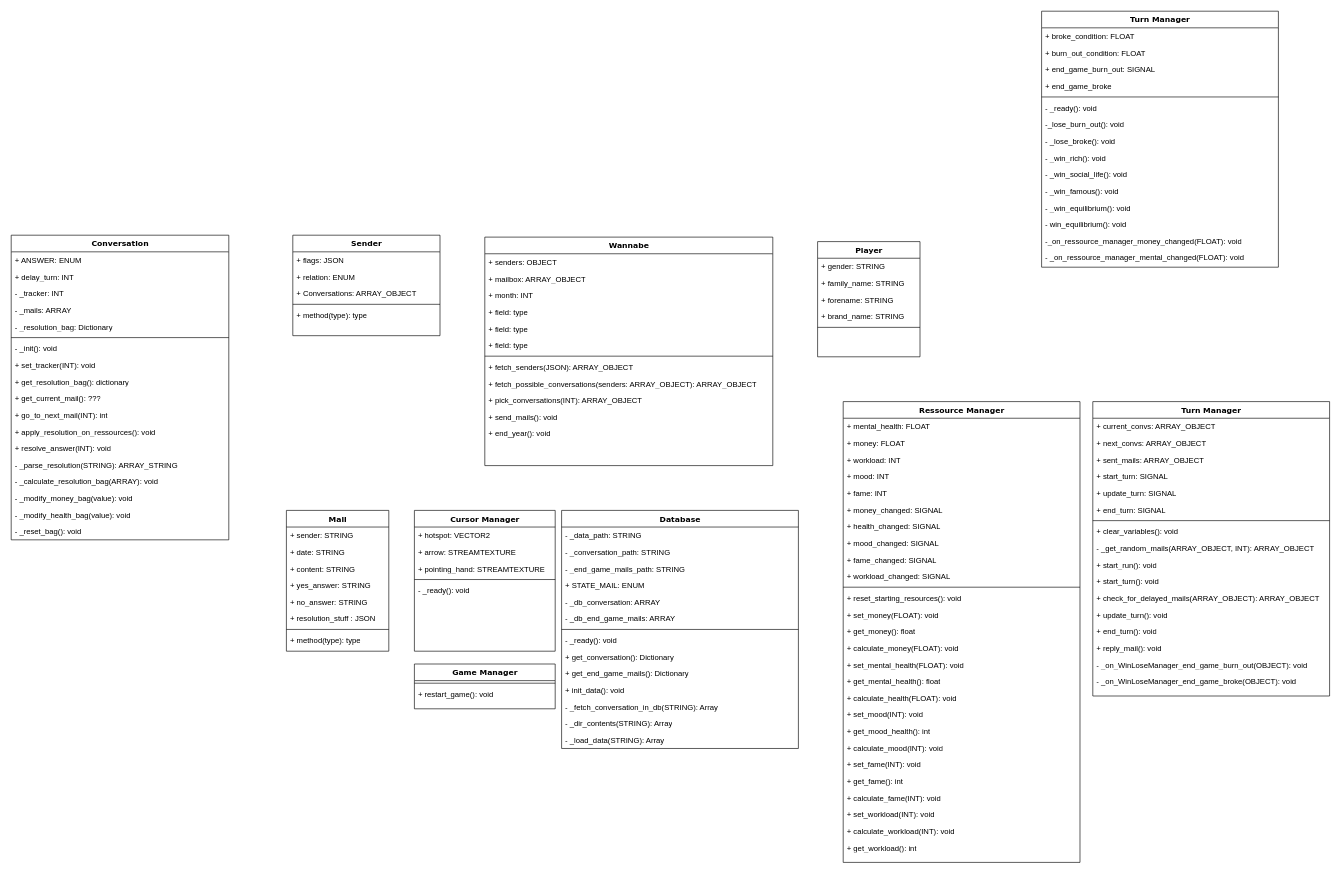
Earlier version of the draw.io diagram YesMan/Diagramme sans nom.drawio (Daydreel/YesHuman). Source tidied: cells renumbered, new cells numbered last; positions are measured from the earlier drawing's top-left corner, leaving out a move shared by most shapes. Both pictures are drawn from the tidied source at 64%, with x=0, y=0 at pixel (11, 11).
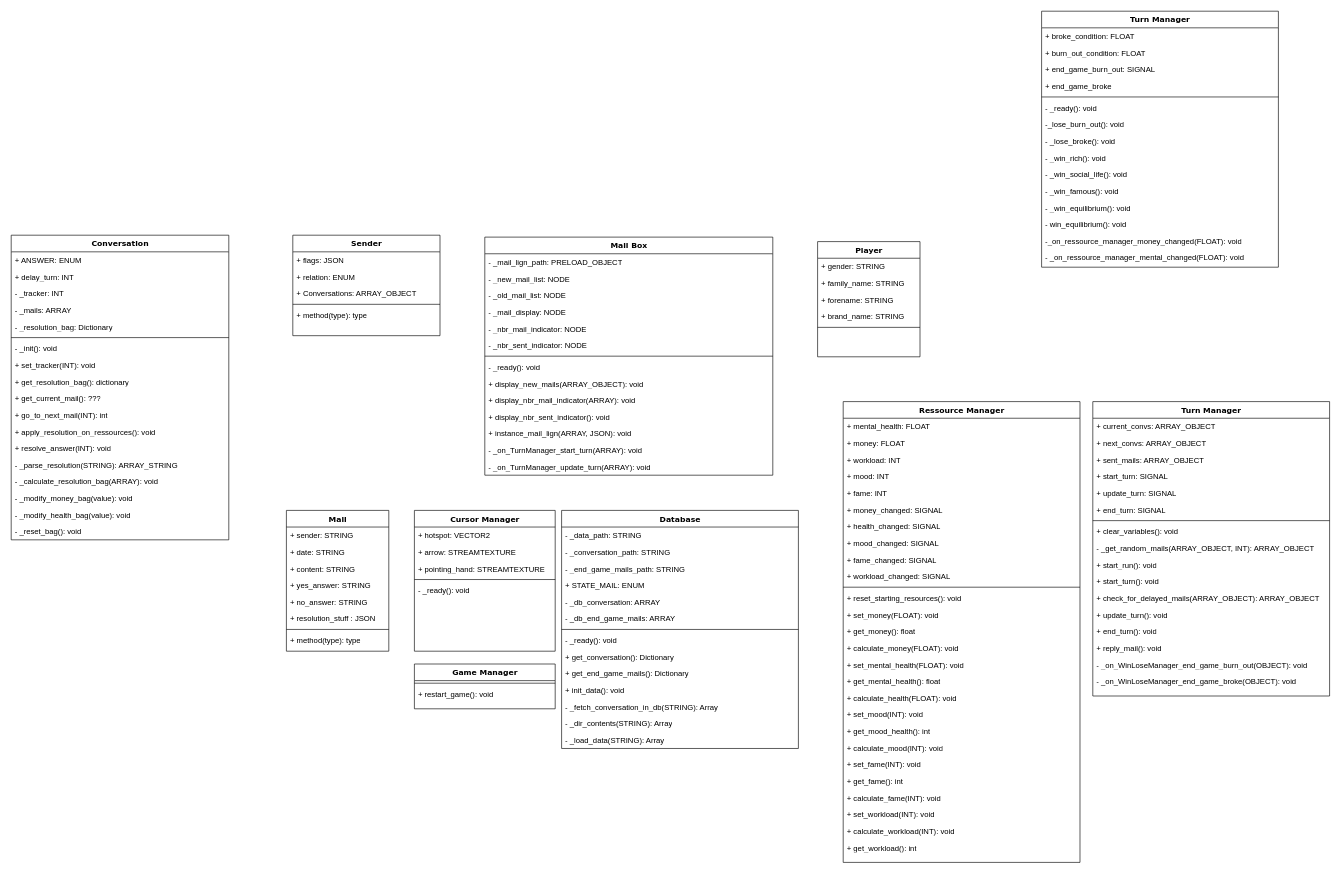
The same diagram, later.

Commit message:
Mail Box

Change to the diagram source:
```diff
@@
-    <mxCell id="8" value="Wannabe" style="swimlane;html=1;fontStyle=1;align=center;verticalAlign=top;horizontal=1;startSize=26;swimlaneFillColor=#ffffff;rounded=0;shadow=0;comic=0;labelBackgroundColor=none;strokeWidth=1;fillColor=none;fontFamily=Verdana;fontSize=12;" parent="1" vertex="1">
-      <mxGeometry x="740" y="353" width="450" height="357" as="geometry" />
+    <mxCell id="8" value="Mail Box" style="swimlane;html=1;fontStyle=1;align=center;verticalAlign=top;horizontal=1;startSize=26;swimlaneFillColor=#ffffff;rounded=0;shadow=0;comic=0;labelBackgroundColor=none;strokeWidth=1;fillColor=none;fontFamily=Verdana;fontSize=12;" parent="1" vertex="1">
+      <mxGeometry x="740" y="353" width="450" height="372" as="geometry" />
     </mxCell>
-    <mxCell id="9" value="+ senders: OBJECT" style="text;html=1;strokeColor=none;fillColor=none;align=left;verticalAlign=top;spacingLeft=4;spacingRight=4;whiteSpace=wrap;overflow=hidden;" parent="8" vertex="1">
+    <mxCell id="9" value="- _mail_lign_path: PRELOAD_OBJECT" style="text;html=1;strokeColor=none;fillColor=none;align=left;verticalAlign=top;spacingLeft=4;spacingRight=4;whiteSpace=wrap;overflow=hidden;" parent="8" vertex="1">
       <mxGeometry y="26" width="450" height="26" as="geometry" />
     </mxCell>
-    <mxCell id="10" value="+ mailbox: ARRAY_OBJECT" style="text;html=1;strokeColor=none;fillColor=none;align=left;verticalAlign=top;spacingLeft=4;spacingRight=4;whiteSpace=wrap;overflow=hidden;" parent="8" vertex="1">
+    <mxCell id="10" value="- _new_mail_list: NODE" style="text;html=1;strokeColor=none;fillColor=none;align=left;verticalAlign=top;spacingLeft=4;spacingRight=4;whiteSpace=wrap;overflow=hidden;" parent="8" vertex="1">
       <mxGeometry y="52" width="450" height="26" as="geometry" />
     </mxCell>
-    <mxCell id="11" value="+ month: INT" style="text;html=1;strokeColor=none;fillColor=none;align=left;verticalAlign=top;spacingLeft=4;spacingRight=4;whiteSpace=wrap;overflow=hidden;" parent="8" vertex="1">
+    <mxCell id="11" value="- _old_mail_list: NODE" style="text;html=1;strokeColor=none;fillColor=none;align=left;verticalAlign=top;spacingLeft=4;spacingRight=4;whiteSpace=wrap;overflow=hidden;" parent="8" vertex="1">
       <mxGeometry y="78" width="450" height="26" as="geometry" />
     </mxCell>
-    <mxCell id="12" value="+ field: type" style="text;html=1;strokeColor=none;fillColor=none;align=left;verticalAlign=top;spacingLeft=4;spacingRight=4;whiteSpace=wrap;overflow=hidden;" parent="8" vertex="1">
+    <mxCell id="12" value="- _mail_display: NODE" style="text;html=1;strokeColor=none;fillColor=none;align=left;verticalAlign=top;spacingLeft=4;spacingRight=4;whiteSpace=wrap;overflow=hidden;" parent="8" vertex="1">
       <mxGeometry y="104" width="450" height="26" as="geometry" />
     </mxCell>
-    <mxCell id="13" value="+ field: type" style="text;html=1;strokeColor=none;fillColor=none;align=left;verticalAlign=top;spacingLeft=4;spacingRight=4;whiteSpace=wrap;overflow=hidden;" parent="8" vertex="1">
+    <mxCell id="13" value="- _nbr_mail_indicator: NODE" style="text;html=1;strokeColor=none;fillColor=none;align=left;verticalAlign=top;spacingLeft=4;spacingRight=4;whiteSpace=wrap;overflow=hidden;" parent="8" vertex="1">
       <mxGeometry y="130" width="450" height="26" as="geometry" />
     </mxCell>
-    <mxCell id="14" value="+ field: type" style="text;html=1;strokeColor=none;fillColor=none;align=left;verticalAlign=top;spacingLeft=4;spacingRight=4;whiteSpace=wrap;overflow=hidden;" parent="8" vertex="1">
+    <mxCell id="14" value="- _nbr_sent_indicator: NODE" style="text;html=1;strokeColor=none;fillColor=none;align=left;verticalAlign=top;spacingLeft=4;spacingRight=4;whiteSpace=wrap;overflow=hidden;" parent="8" vertex="1">
       <mxGeometry y="156" width="450" height="26" as="geometry" />
     </mxCell>
@@
-    <mxCell id="16" value="+ fetch_senders(JSON): ARRAY_OBJECT" style="text;html=1;strokeColor=none;fillColor=none;align=left;verticalAlign=top;spacingLeft=4;spacingRight=4;whiteSpace=wrap;overflow=hidden;" parent="8" vertex="1">
+    <mxCell id="16" value="- _ready(): void" style="text;html=1;strokeColor=none;fillColor=none;align=left;verticalAlign=top;spacingLeft=4;spacingRight=4;whiteSpace=wrap;overflow=hidden;" parent="8" vertex="1">
       <mxGeometry y="190" width="450" height="26" as="geometry" />
     </mxCell>
-    <mxCell id="17" value="+ fetch_possible_conversations(senders: ARRAY_OBJECT): ARRAY_OBJECT" style="text;html=1;strokeColor=none;fillColor=none;align=left;verticalAlign=top;spacingLeft=4;spacingRight=4;whiteSpace=wrap;overflow=hidden;" parent="8" vertex="1">
+    <mxCell id="17" value="+ display_new_mails(ARRAY_OBJECT): void" style="text;html=1;strokeColor=none;fillColor=none;align=left;verticalAlign=top;spacingLeft=4;spacingRight=4;whiteSpace=wrap;overflow=hidden;" parent="8" vertex="1">
       <mxGeometry y="216" width="450" height="26" as="geometry" />
     </mxCell>
-    <mxCell id="18" value="+ pick_conversations(INT): ARRAY_OBJECT" style="text;html=1;strokeColor=none;fillColor=none;align=left;verticalAlign=top;spacingLeft=4;spacingRight=4;whiteSpace=wrap;overflow=hidden;" parent="8" vertex="1">
+    <mxCell id="18" value="+ display_nbr_mail_indicator(ARRAY): void" style="text;html=1;strokeColor=none;fillColor=none;align=left;verticalAlign=top;spacingLeft=4;spacingRight=4;whiteSpace=wrap;overflow=hidden;" parent="8" vertex="1">
       <mxGeometry y="242" width="450" height="26" as="geometry" />
     </mxCell>
-    <mxCell id="19" value="+ send_mails(): void" style="text;html=1;strokeColor=none;fillColor=none;align=left;verticalAlign=top;spacingLeft=4;spacingRight=4;whiteSpace=wrap;overflow=hidden;" parent="8" vertex="1">
+    <mxCell id="19" value="+ display_nbr_sent_indicator(): void" style="text;html=1;strokeColor=none;fillColor=none;align=left;verticalAlign=top;spacingLeft=4;spacingRight=4;whiteSpace=wrap;overflow=hidden;" parent="8" vertex="1">
       <mxGeometry y="268" width="450" height="26" as="geometry" />
     </mxCell>
-    <mxCell id="20" value="+ end_year(): void" style="text;html=1;strokeColor=none;fillColor=none;align=left;verticalAlign=top;spacingLeft=4;spacingRight=4;whiteSpace=wrap;overflow=hidden;" parent="8" vertex="1">
+    <mxCell id="20" value="&lt;div&gt;+ instance_mail_lign(ARRAY, JSON): void&lt;/div&gt;" style="text;html=1;strokeColor=none;fillColor=none;align=left;verticalAlign=top;spacingLeft=4;spacingRight=4;whiteSpace=wrap;overflow=hidden;" parent="8" vertex="1">
       <mxGeometry y="294" width="450" height="26" as="geometry" />
     </mxCell>
+    <mxCell id="141" value="- _on_TurnManager_start_turn(ARRAY): void" style="text;html=1;strokeColor=none;fillColor=none;align=left;verticalAlign=top;spacingLeft=4;spacingRight=4;whiteSpace=wrap;overflow=hidden;" parent="8" vertex="1">
+      <mxGeometry y="320" width="450" height="26" as="geometry" />
+    </mxCell>
+    <mxCell id="142" value="- _on_TurnManager_update_turn(ARRAY): void" style="text;html=1;strokeColor=none;fillColor=none;align=left;verticalAlign=top;spacingLeft=4;spacingRight=4;whiteSpace=wrap;overflow=hidden;" parent="8" vertex="1">
+      <mxGeometry y="346" width="450" height="26" as="geometry" />
+    </mxCell>
```
